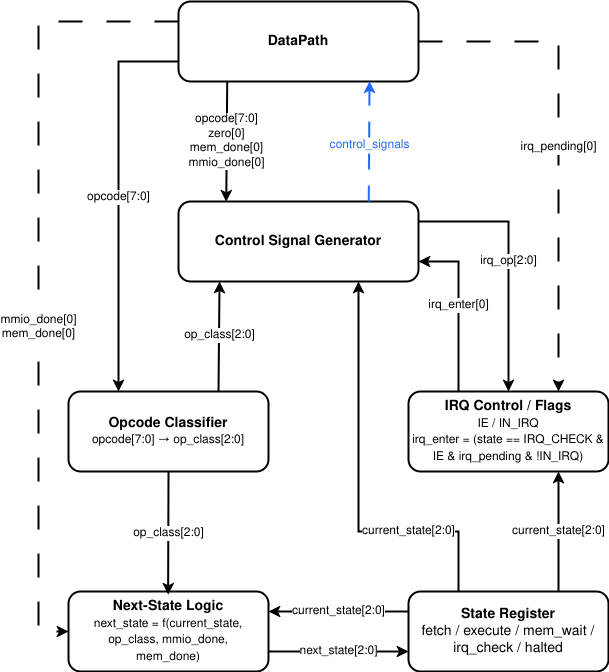
The draw.io diagram fig/control_unit.png in barmichevg/csa-lab4, before a commit. Source tidied: cells renumbered, new cells last; positions are measured from the earlier drawing's top-left corner, leaving out a move shared by most shapes.
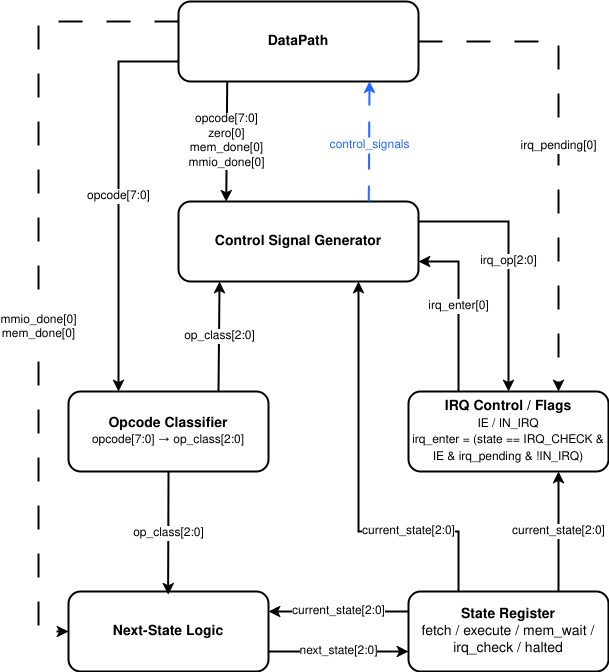
The same diagram one commit later.

Diff of the diagram source:
```diff
@@ -8,7 +8,7 @@
     <mxCell id="3" value="&lt;b&gt;Opcode Classifier&lt;/b&gt;&lt;br&gt;&lt;font style=&quot;font-size:12px&quot;&gt;opcode[7:0] → op_class[2:0]&lt;/font&gt;" style="rounded=1;whiteSpace=wrap;html=1;strokeWidth=2;fillColor=#ffffff;strokeColor=#000000;fontSize=14;" parent="1" vertex="1">
       <mxGeometry x="30" y="390" width="200" height="80" as="geometry" />
     </mxCell>
-    <mxCell id="4" value="&lt;div&gt;&lt;font&gt;&lt;b&gt;Next-State Logic&lt;/b&gt;&lt;/font&gt;&lt;/div&gt;&lt;div&gt;&lt;font style=&quot;font-size: 12px;&quot;&gt;next_state = f(&lt;span&gt;current_state,&lt;/span&gt;&lt;/font&gt;&lt;/div&gt;&lt;font style=&quot;font-size: 12px;&quot;&gt;&lt;span&gt;op_class,&amp;nbsp;&lt;/span&gt;&lt;span&gt;mmio_done&lt;/span&gt;&lt;font&gt;&lt;span&gt;&lt;/span&gt;&lt;span&gt;,&lt;/span&gt;&lt;br&gt;&lt;span&gt;  mem_done&lt;/span&gt;&lt;font&gt;&lt;span&gt;&lt;/span&gt;&lt;font&gt;)&lt;/font&gt;&lt;/font&gt;&lt;/font&gt;&lt;/font&gt;" style="rounded=1;whiteSpace=wrap;html=1;strokeWidth=2;fillColor=#ffffff;strokeColor=#000000;fontSize=14;" parent="1" vertex="1">
+    <mxCell id="4" value="&lt;div&gt;&lt;font&gt;&lt;b&gt;Next-State Logic&lt;/b&gt;&lt;/font&gt;&lt;/div&gt;" style="rounded=1;whiteSpace=wrap;html=1;strokeWidth=2;fillColor=#ffffff;strokeColor=#000000;fontSize=14;" parent="1" vertex="1">
       <mxGeometry x="30" y="590" width="200" height="80" as="geometry" />
     </mxCell>
     <mxCell id="5" value="&lt;div&gt;&lt;b&gt;State Register&lt;/b&gt;&lt;/div&gt;&lt;div&gt;fetch / execute /&amp;nbsp;mem_wait /&lt;/div&gt;&lt;div&gt;irq_check / halted&lt;/div&gt;" style="rounded=1;whiteSpace=wrap;html=1;strokeWidth=2;fillColor=#ffffff;strokeColor=#000000;fontSize=14;" parent="1" vertex="1">
```
